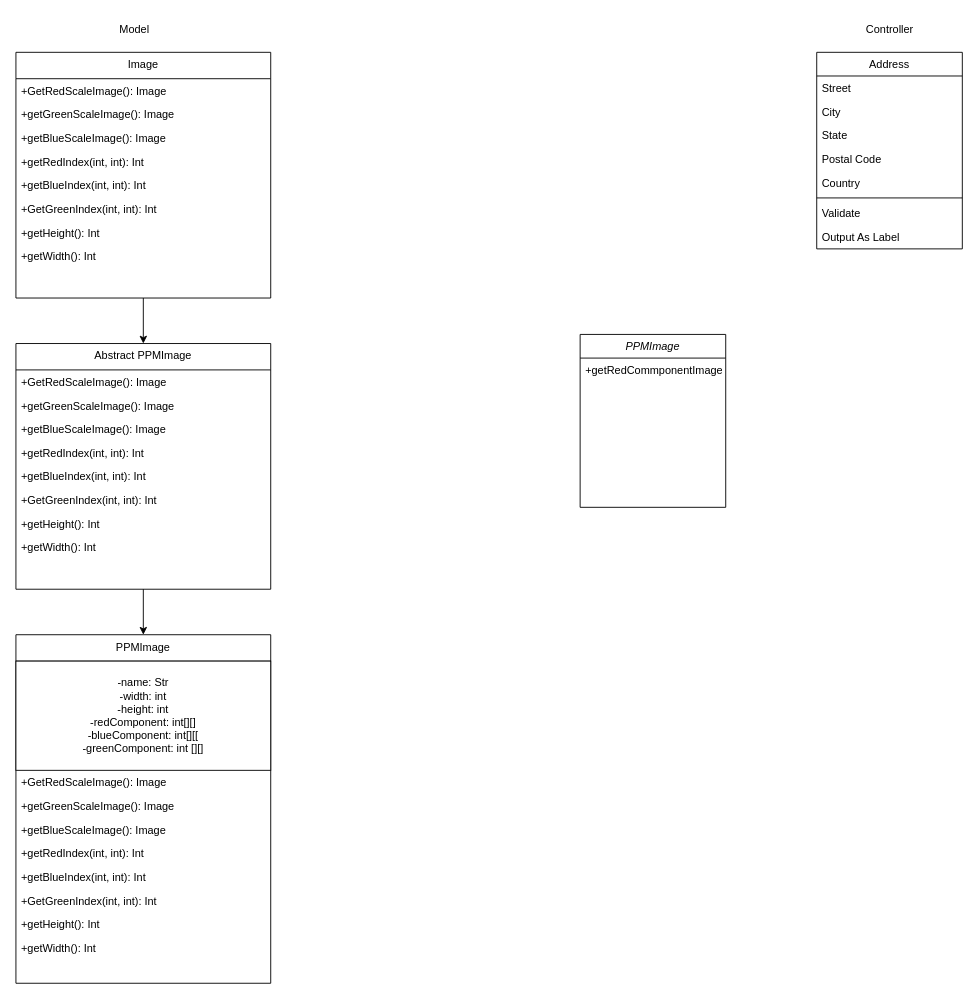
Earlier version of the draw.io diagram src/Untitled Diagram.drawio (Brian-T-Horner/CS5010-Assignment4). Source tidied: cells renumbered, new cells numbered last; positions are measured from the earlier drawing's top-left corner, leaving out a move shared by most shapes. Both pictures are drawn from the tidied source at 91%, with x=0, y=0 at pixel (15, 15).
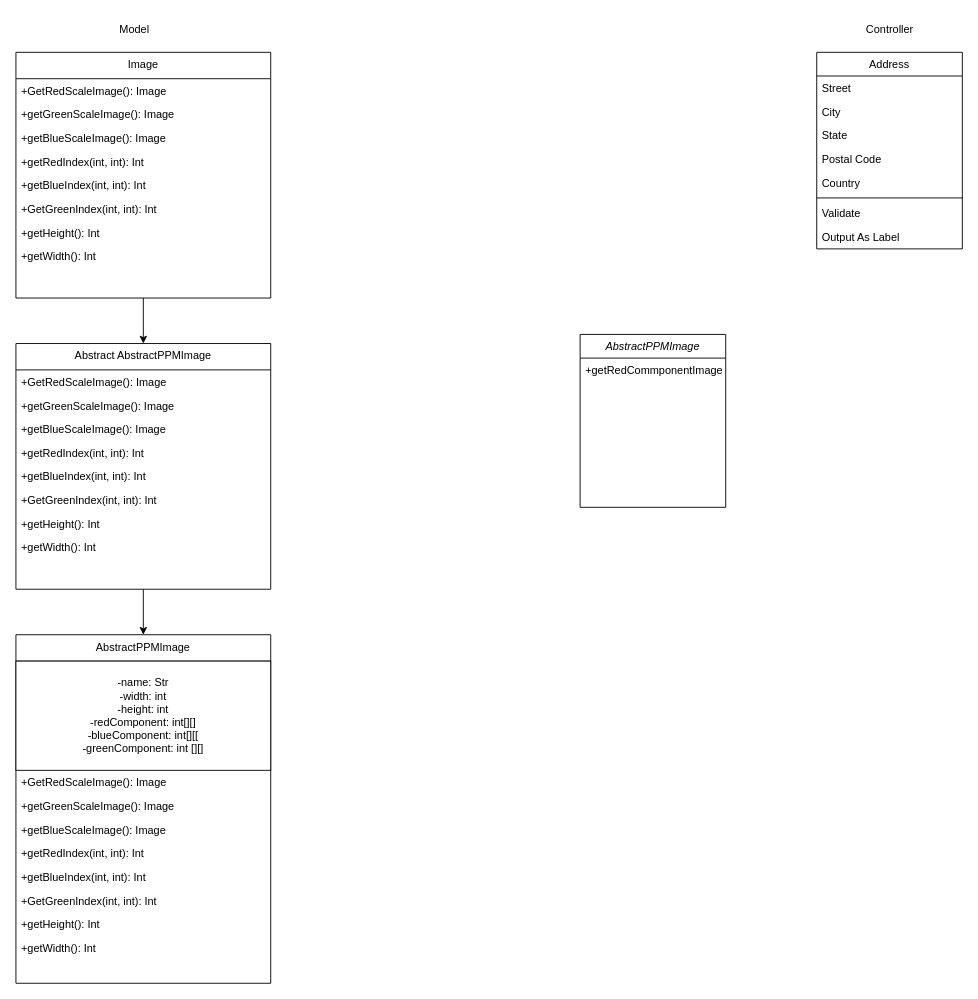
The same diagram, later.

Commit message (it also covers changes not shown here):
Abstraction of PPMImage to SimplePPMImage and CompositePPMImage

Change to the diagram source:
```diff
@@
-    <mxCell id="2" value="PPMImage" style="swimlane;fontStyle=2;align=center;verticalAlign=top;horizontal=1;startSize=26;rounded=0;shadow=0;strokeWidth=1;" parent="1" vertex="1">
+    <mxCell id="2" value="AbstractPPMImage" style="swimlane;fontStyle=2;align=center;verticalAlign=top;horizontal=1;startSize=26;rounded=0;shadow=0;strokeWidth=1;" parent="1" vertex="1">
       <mxGeometry x="620" y="350" width="160" height="190" as="geometry" />
     </mxCell>
@@
-    <mxCell id="15" value="PPMImage" style="swimlane;fontStyle=0;align=center;verticalAlign=top;horizontal=1;startSize=29;rounded=0;shadow=0;strokeWidth=1;" parent="1" vertex="1">
+    <mxCell id="15" value="AbstractPPMImage" style="swimlane;fontStyle=0;align=center;verticalAlign=top;horizontal=1;startSize=29;rounded=0;shadow=0;strokeWidth=1;" parent="1" vertex="1">
       <mxGeometry y="680" width="280" height="383" as="geometry" />
     </mxCell>
@@
-    <mxCell id="36" value="Abstract PPMImage" style="swimlane;fontStyle=0;align=center;verticalAlign=top;horizontal=1;startSize=29;rounded=0;shadow=0;strokeWidth=1;" parent="1" vertex="1">
+    <mxCell id="36" value="Abstract AbstractPPMImage" style="swimlane;fontStyle=0;align=center;verticalAlign=top;horizontal=1;startSize=29;rounded=0;shadow=0;strokeWidth=1;" parent="1" vertex="1">
       <mxGeometry y="360" width="280" height="270" as="geometry" />
     </mxCell>
```
